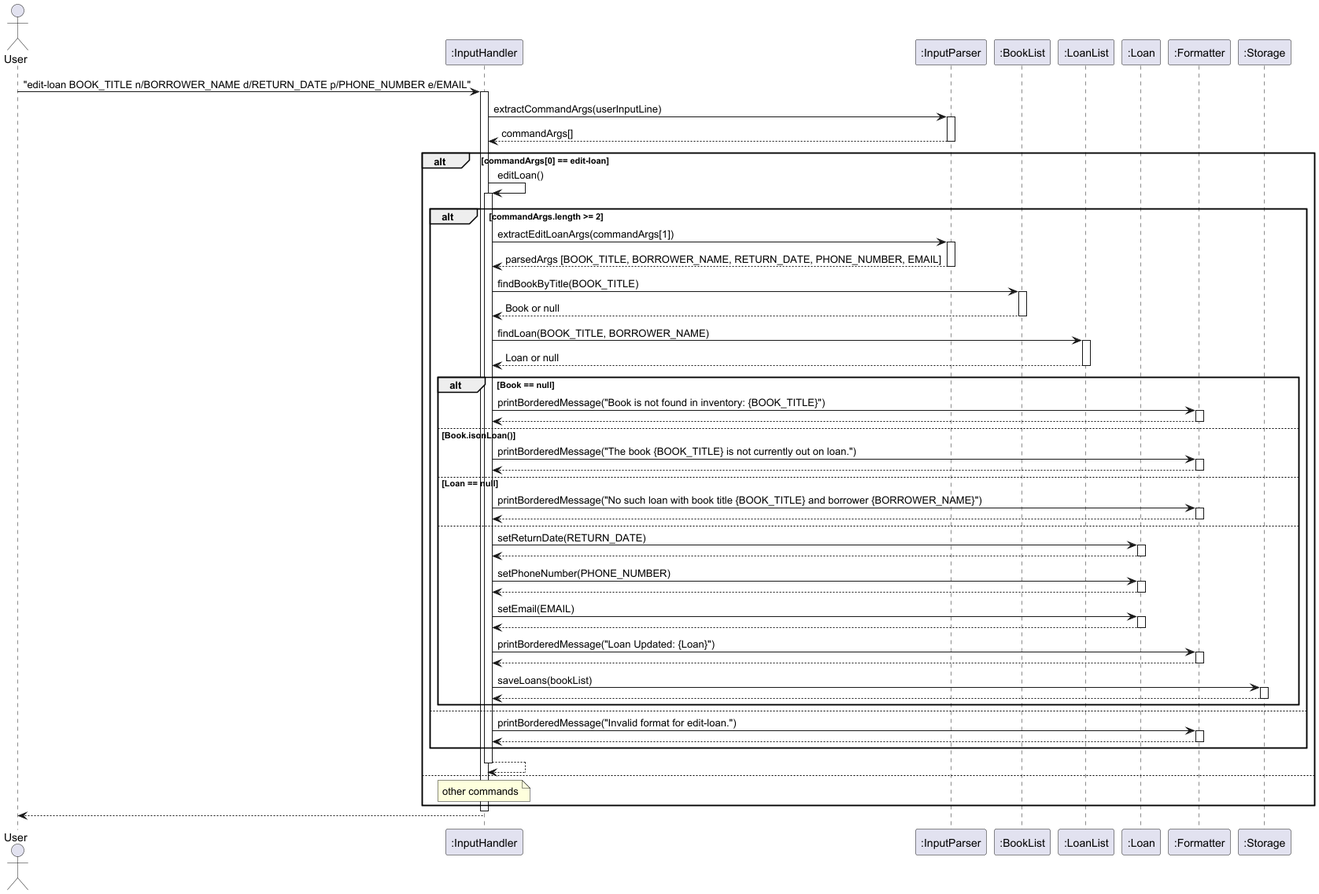
The PlantUML diagram docs/images/editLoan.png in AY2425S2-CS2113-T12-2/tp, before a commit.
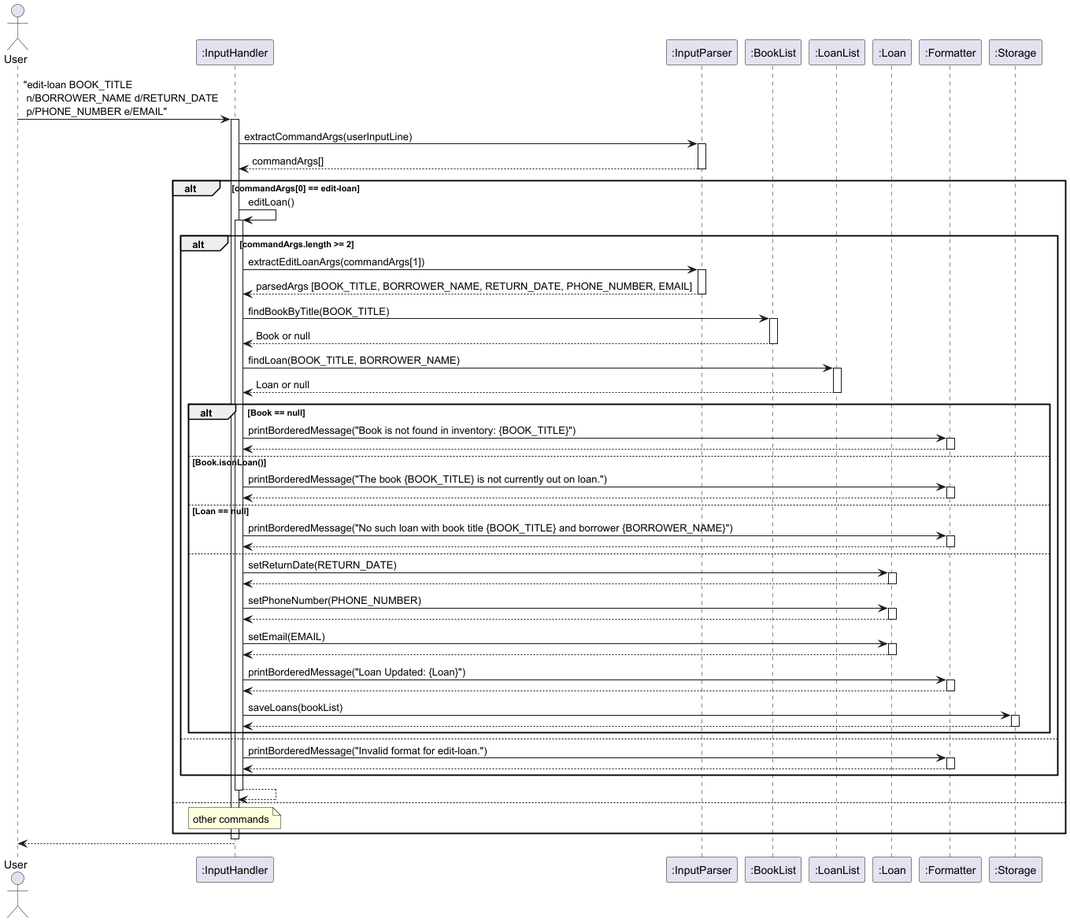
After the commit.

The edit, as a diff of the source:
```diff
@@ -8,7 +8,7 @@
 participant Formatter as ":Formatter"
 participant Storage as ":Storage"
 
-User -> InputHandler: "edit-loan BOOK_TITLE n/BORROWER_NAME d/RETURN_DATE p/PHONE_NUMBER e/EMAIL"
+User -> InputHandler: "edit-loan BOOK_TITLE \n n/BORROWER_NAME d/RETURN_DATE \n p/PHONE_NUMBER e/EMAIL"
 activate InputHandler
 
 InputHandler -> InputParser: extractCommandArgs(userInputLine)
```
